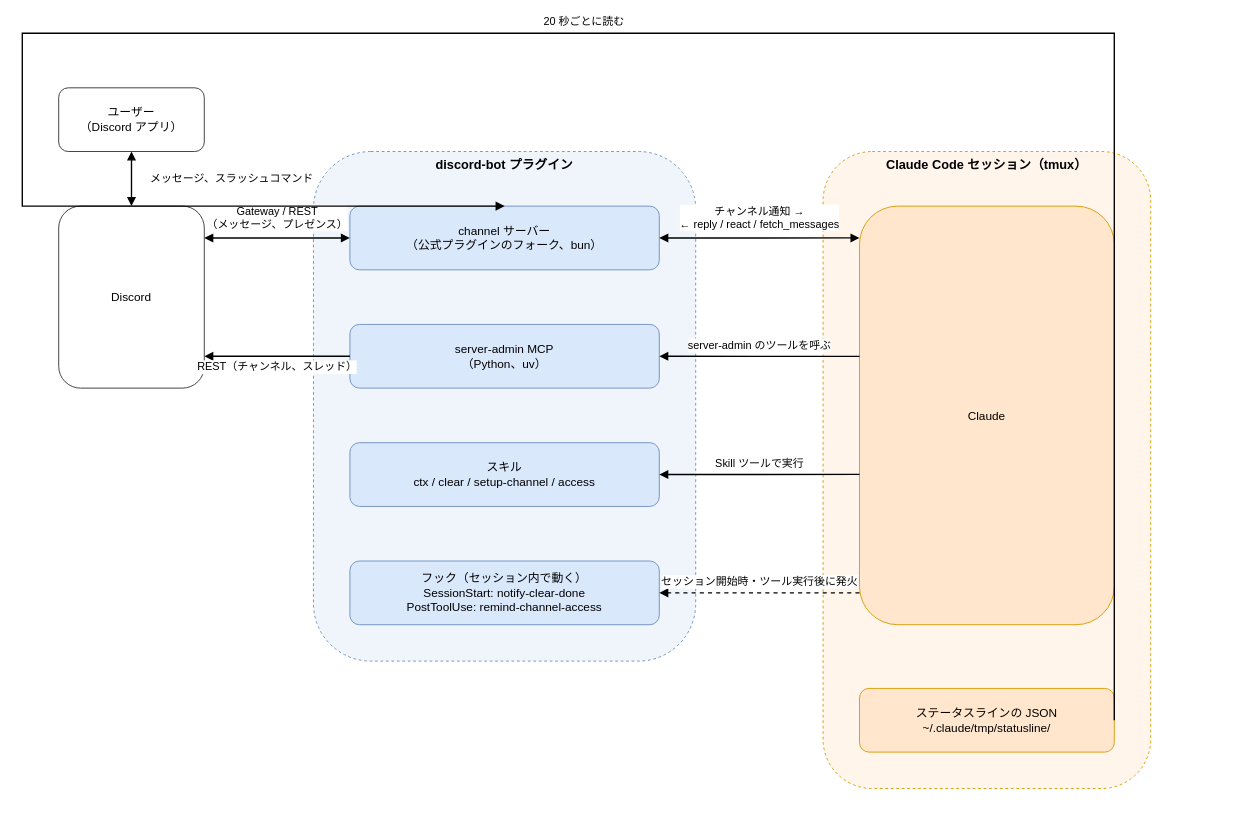
Before: docs/diagrams/architecture.drawio in ryuki-imachi/claude-code-discord-bot, a draw.io diagram. Source tidied: cells renumbered, new cells numbered last; positions are measured from the earlier drawing's top-left corner, leaving out a move shared by most shapes. Both pictures are drawn from the tidied source at 91%, with x=0, y=0 at pixel (22, 33).
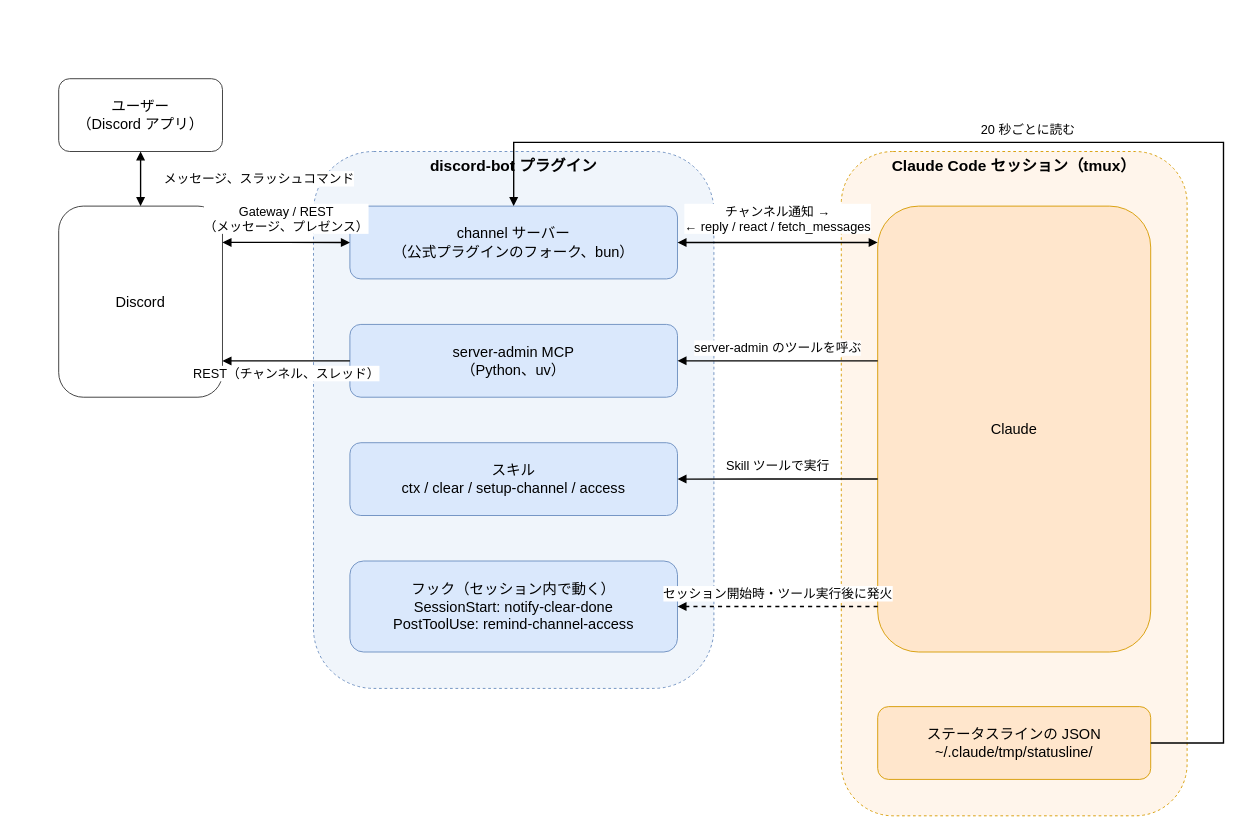
Above is the later version.

Diff of the diagram source:
```diff
@@
-    <mxCell id="2" value="ユーザー&lt;br&gt;（Discord アプリ）" style="rounded=1;whiteSpace=wrap;html=1;fillColor=#FFFFFF;strokeColor=#333333;fontSize=13;" parent="1" vertex="1">
-      <mxGeometry x="40" y="60" width="160" height="70" as="geometry" />
+    <mxCell id="2" value="ユーザー&lt;br&gt;（Discord アプリ）" style="rounded=1;whiteSpace=wrap;html=1;fillColor=#FFFFFF;strokeColor=#333333;fontSize=16;" parent="1" vertex="1">
+      <mxGeometry x="40" y="50" width="180" height="80" as="geometry" />
     </mxCell>
-    <mxCell id="3" value="Discord" style="rounded=1;whiteSpace=wrap;html=1;fillColor=#FFFFFF;strokeColor=#333333;fontSize=13;" parent="1" vertex="1">
-      <mxGeometry x="40" y="190" width="160" height="200" as="geometry" />
+    <mxCell id="3" value="Discord" style="rounded=1;whiteSpace=wrap;html=1;fillColor=#FFFFFF;strokeColor=#333333;fontSize=16;" parent="1" vertex="1">
+      <mxGeometry x="40" y="190" width="180" height="210" as="geometry" />
     </mxCell>
-    <mxCell id="4" value="discord-bot プラグイン" style="rounded=1;whiteSpace=wrap;html=1;fillColor=#F0F5FB;strokeColor=#6C8EBF;dashed=1;verticalAlign=top;fontStyle=1;fontSize=14;" parent="1" vertex="1">
-      <mxGeometry x="320" y="130" width="420" height="560" as="geometry" />
+    <mxCell id="4" value="discord-bot プラグイン" style="rounded=1;whiteSpace=wrap;html=1;fillColor=#F0F5FB;strokeColor=#6C8EBF;dashed=1;verticalAlign=top;fontStyle=1;fontSize=17;" parent="1" vertex="1">
+      <mxGeometry x="320" y="130" width="440" height="590" as="geometry" />
     </mxCell>
-    <mxCell id="5" value="channel サーバー&lt;br&gt;（公式プラグインのフォーク、bun）" style="rounded=1;whiteSpace=wrap;html=1;fillColor=#DAE8FC;strokeColor=#6C8EBF;fontSize=13;" parent="1" vertex="1">
-      <mxGeometry x="360" y="190" width="340" height="70" as="geometry" />
+    <mxCell id="5" value="channel サーバー&lt;br&gt;（公式プラグインのフォーク、bun）" style="rounded=1;whiteSpace=wrap;html=1;fillColor=#DAE8FC;strokeColor=#6C8EBF;fontSize=16;" parent="1" vertex="1">
+      <mxGeometry x="360" y="190" width="360" height="80" as="geometry" />
     </mxCell>
-    <mxCell id="6" value="server-admin MCP&lt;br&gt;（Python、uv）" style="rounded=1;whiteSpace=wrap;html=1;fillColor=#DAE8FC;strokeColor=#6C8EBF;fontSize=13;" parent="1" vertex="1">
-      <mxGeometry x="360" y="320" width="340" height="70" as="geometry" />
+    <mxCell id="6" value="server-admin MCP&lt;br&gt;（Python、uv）" style="rounded=1;whiteSpace=wrap;html=1;fillColor=#DAE8FC;strokeColor=#6C8EBF;fontSize=16;" parent="1" vertex="1">
+      <mxGeometry x="360" y="320" width="360" height="80" as="geometry" />
     </mxCell>
-    <mxCell id="7" value="スキル&lt;br&gt;ctx / clear / setup-channel / access" style="rounded=1;whiteSpace=wrap;html=1;fillColor=#DAE8FC;strokeColor=#6C8EBF;fontSize=13;" parent="1" vertex="1">
-      <mxGeometry x="360" y="450" width="340" height="70" as="geometry" />
+    <mxCell id="7" value="スキル&lt;br&gt;ctx / clear / setup-channel / access" style="rounded=1;whiteSpace=wrap;html=1;fillColor=#DAE8FC;strokeColor=#6C8EBF;fontSize=16;" parent="1" vertex="1">
+      <mxGeometry x="360" y="450" width="360" height="80" as="geometry" />
     </mxCell>
-    <mxCell id="8" value="フック（セッション内で動く）&lt;br&gt;SessionStart: notify-clear-done&lt;br&gt;PostToolUse: remind-channel-access" style="rounded=1;whiteSpace=wrap;html=1;fillColor=#DAE8FC;strokeColor=#6C8EBF;fontSize=13;" parent="1" vertex="1">
-      <mxGeometry x="360" y="580" width="340" height="70" as="geometry" />
+    <mxCell id="8" value="フック（セッション内で動く）&lt;br&gt;SessionStart: notify-clear-done&lt;br&gt;PostToolUse: remind-channel-access" style="rounded=1;whiteSpace=wrap;html=1;fillColor=#DAE8FC;strokeColor=#6C8EBF;fontSize=16;" parent="1" vertex="1">
+      <mxGeometry x="360" y="580" width="360" height="100" as="geometry" />
     </mxCell>
-    <mxCell id="9" value="Claude Code セッション（tmux）" style="rounded=1;whiteSpace=wrap;html=1;fillColor=#FFF5EB;strokeColor=#D79B00;dashed=1;verticalAlign=top;fontStyle=1;fontSize=14;" parent="1" vertex="1">
-      <mxGeometry x="880" y="130" width="360" height="700" as="geometry" />
+    <mxCell id="9" value="Claude Code セッション（tmux）" style="rounded=1;whiteSpace=wrap;html=1;fillColor=#FFF5EB;strokeColor=#D79B00;dashed=1;verticalAlign=top;fontStyle=1;fontSize=17;" parent="1" vertex="1">
+      <mxGeometry x="900" y="130" width="380" height="730" as="geometry" />
     </mxCell>
-    <mxCell id="10" value="Claude" style="rounded=1;whiteSpace=wrap;html=1;fillColor=#FFE6CC;strokeColor=#D79B00;fontSize=13;" parent="1" vertex="1">
-      <mxGeometry x="920" y="190" width="280" height="460" as="geometry" />
+    <mxCell id="10" value="Claude" style="rounded=1;whiteSpace=wrap;html=1;fillColor=#FFE6CC;strokeColor=#D79B00;fontSize=16;" parent="1" vertex="1">
+      <mxGeometry x="940" y="190" width="300" height="490" as="geometry" />
     </mxCell>
-    <mxCell id="11" value="ステータスラインの JSON&lt;br&gt;~/.claude/tmp/statusline/" style="rounded=1;whiteSpace=wrap;html=1;fillColor=#FFE6CC;strokeColor=#D79B00;fontSize=13;" parent="1" vertex="1">
-      <mxGeometry x="920" y="720" width="280" height="70" as="geometry" />
+    <mxCell id="11" value="ステータスラインの JSON&lt;br&gt;~/.claude/tmp/statusline/" style="rounded=1;whiteSpace=wrap;html=1;fillColor=#FFE6CC;strokeColor=#D79B00;fontSize=16;" parent="1" vertex="1">
+      <mxGeometry x="940" y="740" width="300" height="80" as="geometry" />
     </mxCell>
-    <mxCell id="12" value="メッセージ、スラッシュコマンド" style="edgeStyle=orthogonalEdgeStyle;rounded=0;html=1;fontSize=12;endArrow=block;endFill=1;strokeWidth=1.5;startArrow=block;startFill=1;exitX=0.5;exitY=1;entryX=0.5;entryY=0;" parent="1" edge="1" source="2" target="3">
+    <mxCell id="12" value="メッセージ、スラッシュコマンド" style="edgeStyle=orthogonalEdgeStyle;rounded=0;html=1;fontSize=14;endArrow=block;endFill=1;strokeWidth=1.5;startArrow=block;startFill=1;exitX=0.5;exitY=1;entryX=0.5;entryY=0;" parent="1" edge="1" source="2" target="3">
       <mxGeometry relative="1" as="geometry">
-        <mxPoint x="110" as="offset" />
+        <mxPoint x="130" as="offset" />
       </mxGeometry>
     </mxCell>
-    <mxCell id="13" value="Gateway / REST&lt;br&gt;（メッセージ、プレゼンス）" style="edgeStyle=orthogonalEdgeStyle;rounded=0;html=1;fontSize=12;endArrow=block;endFill=1;strokeWidth=1.5;startArrow=block;startFill=1;exitX=1;exitY=0.175;entryX=0;entryY=0.5;" parent="1" edge="1" source="3" target="5">
+    <mxCell id="13" value="Gateway / REST&lt;br&gt;（メッセージ、プレゼンス）" style="edgeStyle=orthogonalEdgeStyle;rounded=0;html=1;fontSize=14;endArrow=block;endFill=1;strokeWidth=1.5;startArrow=block;startFill=1;exitX=1;exitY=0.19;entryX=0;entryY=0.5;" parent="1" edge="1" source="3" target="5">
       <mxGeometry relative="1" as="geometry">
-        <mxPoint y="-22" as="offset" />
+        <mxPoint y="-26" as="offset" />
       </mxGeometry>
     </mxCell>
-    <mxCell id="14" value="REST（チャンネル、スレッド）" style="edgeStyle=orthogonalEdgeStyle;rounded=0;html=1;fontSize=12;endArrow=block;endFill=1;strokeWidth=1.5;exitX=0;exitY=0.5;entryX=1;entryY=0.825;" parent="1" edge="1" source="6" target="3">
+    <mxCell id="14" value="REST（チャンネル、スレッド）" style="edgeStyle=orthogonalEdgeStyle;rounded=0;html=1;fontSize=14;endArrow=block;endFill=1;strokeWidth=1.5;exitX=0;exitY=0.5;entryX=1;entryY=0.81;" parent="1" edge="1" source="6" target="3">
       <mxGeometry relative="1" as="geometry">
-        <mxPoint y="12" as="offset" />
+        <mxPoint y="14" as="offset" />
       </mxGeometry>
     </mxCell>
-    <mxCell id="15" value="チャンネル通知 →&lt;br&gt;← reply / react / fetch_messages" style="edgeStyle=orthogonalEdgeStyle;rounded=0;html=1;fontSize=12;endArrow=block;endFill=1;strokeWidth=1.5;startArrow=block;startFill=1;exitX=1;exitY=0.5;entryX=0;entryY=0.076;" parent="1" edge="1" source="5" target="10">
+    <mxCell id="15" value="チャンネル通知 →&lt;br&gt;← reply / react / fetch_messages" style="edgeStyle=orthogonalEdgeStyle;rounded=0;html=1;fontSize=14;endArrow=block;endFill=1;strokeWidth=1.5;startArrow=block;startFill=1;exitX=1;exitY=0.5;entryX=0;entryY=0.0816;" parent="1" edge="1" source="5" target="10">
       <mxGeometry relative="1" as="geometry">
-        <mxPoint y="-22" as="offset" />
+        <mxPoint y="-26" as="offset" />
       </mxGeometry>
     </mxCell>
-    <mxCell id="16" value="server-admin のツールを呼ぶ" style="edgeStyle=orthogonalEdgeStyle;rounded=0;html=1;fontSize=12;endArrow=block;endFill=1;strokeWidth=1.5;exitX=0;exitY=0.359;entryX=1;entryY=0.5;" parent="1" edge="1" source="10" target="6">
+    <mxCell id="16" value="server-admin のツールを呼ぶ" style="edgeStyle=orthogonalEdgeStyle;rounded=0;html=1;fontSize=14;endArrow=block;endFill=1;strokeWidth=1.5;exitX=0;exitY=0.347;entryX=1;entryY=0.5;" parent="1" edge="1" source="10" target="6">
       <mxGeometry relative="1" as="geometry">
-        <mxPoint y="-12" as="offset" />
+        <mxPoint y="-14" as="offset" />
       </mxGeometry>
     </mxCell>
-    <mxCell id="17" value="Skill ツールで実行" style="edgeStyle=orthogonalEdgeStyle;rounded=0;html=1;fontSize=12;endArrow=block;endFill=1;strokeWidth=1.5;exitX=0;exitY=0.641;entryX=1;entryY=0.5;" parent="1" edge="1" source="10" target="7">
+    <mxCell id="17" value="Skill ツールで実行" style="edgeStyle=orthogonalEdgeStyle;rounded=0;html=1;fontSize=14;endArrow=block;endFill=1;strokeWidth=1.5;exitX=0;exitY=0.612;entryX=1;entryY=0.5;" parent="1" edge="1" source="10" target="7">
       <mxGeometry relative="1" as="geometry">
-        <mxPoint y="-12" as="offset" />
+        <mxPoint y="-14" as="offset" />
       </mxGeometry>
     </mxCell>
-    <mxCell id="18" value="セッション開始時・ツール実行後に発火" style="edgeStyle=orthogonalEdgeStyle;rounded=0;html=1;fontSize=12;endArrow=block;endFill=1;strokeWidth=1.5;dashed=1;exitX=0;exitY=0.924;entryX=1;entryY=0.5;" parent="1" edge="1" source="10" target="8">
+    <mxCell id="18" value="セッション開始時・ツール実行後に発火" style="edgeStyle=orthogonalEdgeStyle;rounded=0;html=1;fontSize=14;endArrow=block;endFill=1;strokeWidth=1.5;dashed=1;exitX=0;exitY=0.898;entryX=1;entryY=0.5;" parent="1" edge="1" source="10" target="8">
       <mxGeometry relative="1" as="geometry">
-        <mxPoint y="-12" as="offset" />
+        <mxPoint y="-14" as="offset" />
       </mxGeometry>
     </mxCell>
-    <mxCell id="19" value="20 秒ごとに読む" style="edgeStyle=orthogonalEdgeStyle;rounded=0;html=1;fontSize=12;endArrow=block;endFill=1;strokeWidth=1.5;exitX=1;exitY=0.5;entryX=0.5;entryY=0;" parent="1" edge="1" source="11" target="5">
+    <mxCell id="19" value="20 秒ごとに読む" style="edgeStyle=orthogonalEdgeStyle;rounded=0;html=1;fontSize=14;endArrow=block;endFill=1;strokeWidth=1.5;exitX=1;exitY=0.5;exitDx=0;exitDy=0;entryX=0.5;entryY=0;entryDx=0;entryDy=0;" parent="1" edge="1" source="11" target="5">
       <mxGeometry relative="1" as="geometry">
         <Array as="points">
-          <mxPoint />
+          <mxPoint x="1320" y="780" />
+          <mxPoint x="1320" y="120" />
+          <mxPoint x="540" y="120" />
+          <mxPoint x="540" y="160" />
         </Array>
-        <mxPoint y="-12" as="offset" />
+        <mxPoint x="-160" y="-14" as="offset" />
       </mxGeometry>
     </mxCell>
```
